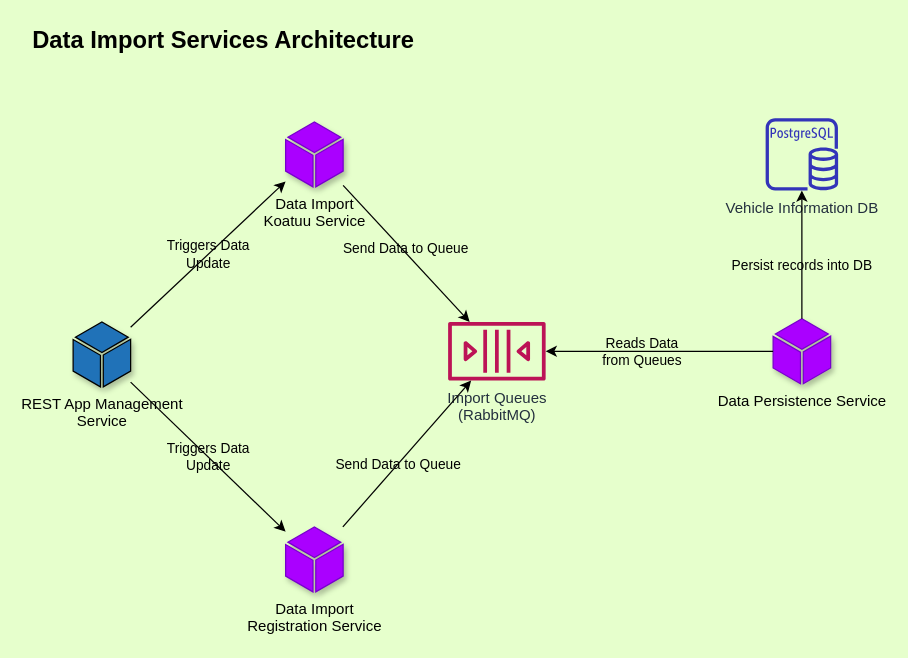
Before: page "Data Import Services" (3 of 3) of Documentation/Diagrams/Arch_General.drawio in sanyokkua/vehicle-info-ua, a draw.io diagram. Source tidied: cells renumbered, new cells numbered last; positions are measured from the earlier drawing's top-left corner, leaving out a move shared by most shapes. Both pictures are drawn from the tidied source at 125%, with x=0, y=0 at pixel (22, 21).
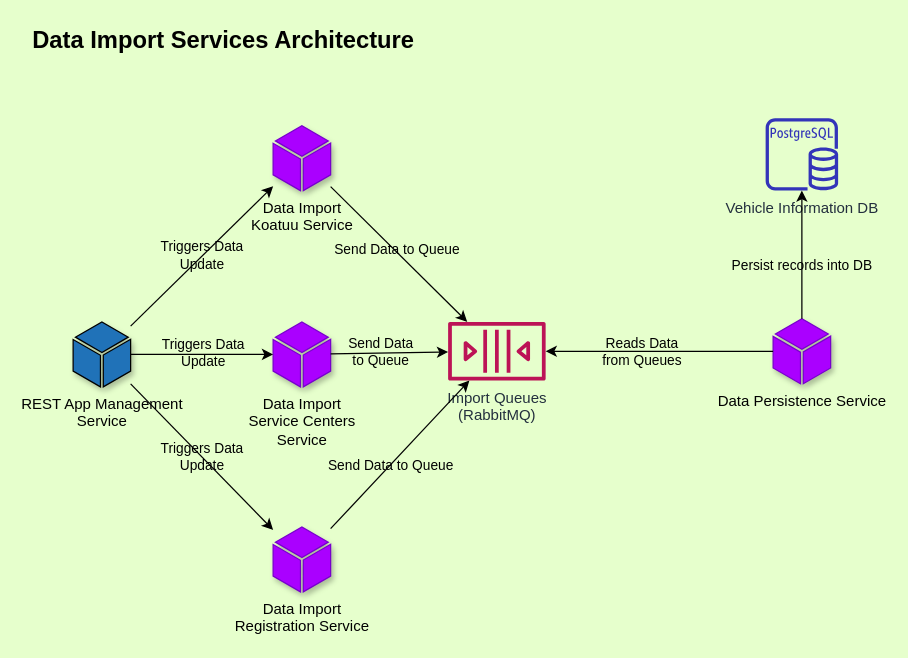
The same page after the edit.

Unchanged cells that the change refers to:
```xml
<mxCell id="4" value="REST App Management&lt;br&gt;Service" style="shadow=1;dashed=0;html=1;strokeColor=#000000;labelPosition=center;verticalLabelPosition=bottom;verticalAlign=top;outlineConnect=0;align=center;shape=mxgraph.office.concepts.node_generic;fillColor=#2072B8;" parent="1" vertex="1">
  <mxGeometry x="40" y="240" width="46" height="52" as="geometry" />
</mxCell>
<mxCell id="7" value="Import Queues&lt;br&gt;(RabbitMQ)" style="outlineConnect=0;fontColor=#232F3E;gradientColor=none;fillColor=#BC1356;strokeColor=none;dashed=0;verticalLabelPosition=bottom;verticalAlign=top;align=center;html=1;fontSize=12;fontStyle=0;shape=mxgraph.aws4.queue;labelBackgroundColor=none;" parent="1" vertex="1">
  <mxGeometry x="340" y="240" width="78" height="47" as="geometry" />
</mxCell>
```

Change to the diagram source:
```diff
@@
     <mxCell id="2" value="Data Import &lt;br&gt;Registration Service" style="shadow=1;dashed=0;html=1;strokeColor=#7700CC;labelPosition=center;verticalLabelPosition=bottom;verticalAlign=top;outlineConnect=0;align=center;shape=mxgraph.office.concepts.node_generic;fillColor=#aa00ff;fontColor=#000000;" parent="1" vertex="1">
-      <mxGeometry x="210" y="404" width="46" height="52" as="geometry" />
+      <mxGeometry x="200" y="404" width="46" height="52" as="geometry" />
     </mxCell>
@@
     <mxCell id="6" value="Data Import &lt;br&gt;Koatuu Service" style="shadow=1;dashed=0;html=1;strokeColor=#7700CC;labelPosition=center;verticalLabelPosition=bottom;verticalAlign=top;outlineConnect=0;align=center;shape=mxgraph.office.concepts.node_generic;fillColor=#aa00ff;fontColor=#000000;" parent="1" vertex="1">
-      <mxGeometry x="210" y="80" width="46" height="52" as="geometry" />
+      <mxGeometry x="200" y="83" width="46" height="52" as="geometry" />
     </mxCell>
@@
+    <mxCell id="19" value="Data Import &lt;br&gt;Service Centers&lt;br&gt;Service" style="shadow=1;dashed=0;html=1;strokeColor=#7700CC;labelPosition=center;verticalLabelPosition=bottom;verticalAlign=top;outlineConnect=0;align=center;shape=mxgraph.office.concepts.node_generic;fillColor=#aa00ff;fontColor=#000000;" parent="1" vertex="1">
+      <mxGeometry x="200" y="240" width="46" height="52" as="geometry" />
+    </mxCell>
+    <mxCell id="20" style="endArrow=classic;html=1;" parent="1" edge="1" source="4" target="19">
+      <mxGeometry relative="1" as="geometry" />
+    </mxCell>
+    <mxCell id="21" value="Triggers Data&lt;br&gt;Update" style="edgeLabel;html=1;align=center;verticalAlign=middle;labelBackgroundColor=none;" parent="20" vertex="1">
+      <mxGeometry y="2" relative="1" as="geometry" />
+    </mxCell>
+    <mxCell id="22" style="endArrow=classic;html=1;" parent="1" edge="1" source="19" target="7">
+      <mxGeometry relative="1" as="geometry" />
+    </mxCell>
+    <mxCell id="23" value="Send Data&lt;br&gt;to Queue" style="edgeLabel;html=1;align=center;verticalAlign=middle;labelBackgroundColor=none;" parent="22" vertex="1">
+      <mxGeometry x="-0.14" y="2" relative="1" as="geometry">
+        <mxPoint y="1" as="offset" />
+      </mxGeometry>
+    </mxCell>
```
